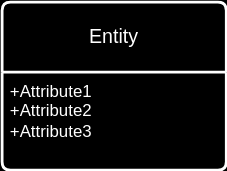
sefanja/dataproduct-meetdata keeps this draw.io diagram as Meetdata2.drawio.svg. Above is the earlier version. Source tidied: cells renumbered, new cells last; positions are measured from the earlier drawing's top-left corner, leaving out a move shared by most shapes. Its diagram source:
```xml
<mxGraphModel>
  <root>
    <mxCell id="0" />
    <mxCell id="1" parent="0" />
    <mxCell id="2" value="Entity" style="swimlane;horizontal=1;startSize=50;rounded=1;fontSize=14;fontStyle=0;strokeWidth=2;shadow=0;dashed=0;align=center;arcSize=4;whiteSpace=wrap;html=1;" parent="1" vertex="1">
      <mxGeometry width="160" height="120" as="geometry" />
    </mxCell>
    <mxCell id="3" value="+Attribute1&#10;+Attribute2&#10;+Attribute3" style="align=left;strokeColor=none;fillColor=none;spacingLeft=4;fontSize=12;verticalAlign=top;html=1;" parent="2" vertex="1">
      <mxGeometry y="50" width="160" height="70" as="geometry" />
    </mxCell>
  </root>
</mxGraphModel>
```
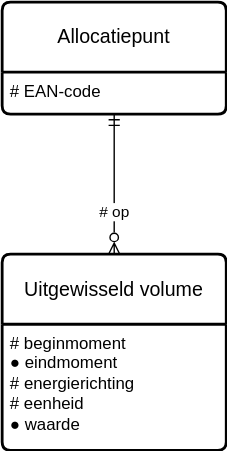
After the commit.

The edit, as a diff of the source:
```diff
@@ -2,11 +2,20 @@
   <root>
     <mxCell id="0" />
     <mxCell id="1" parent="0" />
-    <mxCell id="2" value="Entity" style="swimlane;horizontal=1;startSize=50;rounded=1;fontSize=14;fontStyle=0;strokeWidth=2;shadow=0;dashed=0;align=center;arcSize=4;whiteSpace=wrap;html=1;" parent="1" vertex="1">
-      <mxGeometry width="160" height="120" as="geometry" />
+    <mxCell id="2" value="Allocatiepunt" style="swimlane;horizontal=1;startSize=50;rounded=1;fontSize=14;fontStyle=0;strokeWidth=2;shadow=0;dashed=0;align=center;arcSize=4;whiteSpace=wrap;html=1;" parent="1" vertex="1">
+      <mxGeometry width="160" height="80" as="geometry" />
     </mxCell>
-    <mxCell id="3" value="+Attribute1&#10;+Attribute2&#10;+Attribute3" style="align=left;strokeColor=none;fillColor=none;spacingLeft=4;fontSize=12;verticalAlign=top;html=1;" parent="2" vertex="1">
-      <mxGeometry y="50" width="160" height="70" as="geometry" />
+    <mxCell id="3" value="# EAN-code" style="align=left;strokeColor=none;fillColor=none;spacingLeft=4;fontSize=12;verticalAlign=top;html=1;" parent="2" vertex="1">
+      <mxGeometry y="50" width="160" height="30" as="geometry" />
     </mxCell>
+    <mxCell id="4" value="&lt;a href=&quot;https://begrippen.netbeheernederland.nl/energiesysteembeheer/nl/page/energie-uitwisseling&quot;&gt;Uitgewisseld volume&lt;/a&gt;" style="swimlane;horizontal=1;startSize=50;rounded=1;fontSize=14;fontStyle=0;strokeWidth=2;shadow=0;dashed=0;align=center;arcSize=4;whiteSpace=wrap;html=1;" parent="1" vertex="1">
+      <mxGeometry y="180" width="160" height="140" as="geometry" />
+    </mxCell>
+    <mxCell id="5" value="&lt;div&gt;&lt;span style=&quot;background-color: initial;&quot;&gt;# beginmoment&lt;/span&gt;&lt;/div&gt;&lt;div&gt;&lt;span style=&quot;background-color: initial;&quot;&gt;● eindmoment&lt;/span&gt;&lt;/div&gt;&lt;div&gt;&lt;span style=&quot;background-color: initial;&quot;&gt;# &lt;a href=&quot;https://begrippen.netbeheernederland.nl/energiesysteembeheer/nl/page/afname&quot;&gt;energierichting&lt;/a&gt;&lt;/span&gt;&lt;/div&gt;&lt;div&gt;# eenheid&lt;br&gt;&lt;div&gt;● &lt;a href=&quot;https://begrippen.netbeheernederland.nl/energiesysteembeheer/nl/page/bieding-redispatch&quot;&gt;waarde&lt;/a&gt;&lt;/div&gt;&lt;/div&gt;" style="align=left;strokeColor=none;fillColor=none;spacingLeft=4;fontSize=12;verticalAlign=top;html=1;" parent="4" vertex="1">
+      <mxGeometry y="50" width="160" height="90" as="geometry" />
+    </mxCell>
+    <mxCell id="6" value="# op" style="endArrow=ERmandOne;html=1;rounded=0;startArrow=ERzeroToMany;startFill=0;endFill=0;" parent="1" edge="1" source="4" target="2">
+      <mxGeometry x="-0.4" relative="1" as="geometry" />
+    </mxCell>
   </root>
 </mxGraphModel>
```
